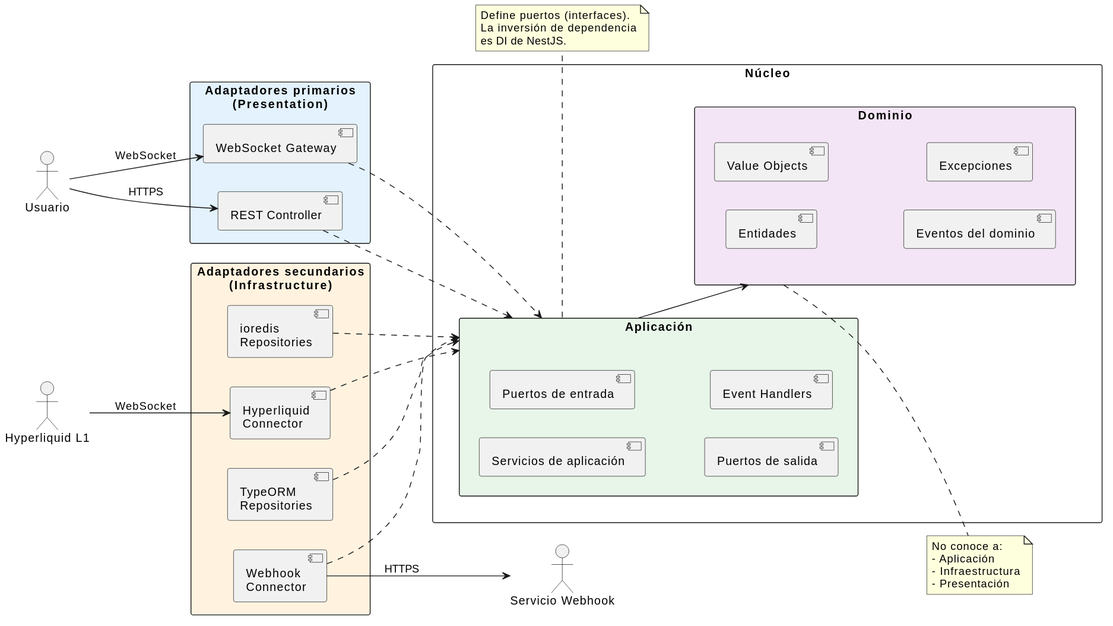
This is imagenes/capitulo3/diseno-capas.svg from nekiiiiis/tfg, a PlantUML export, as it was before one commit.
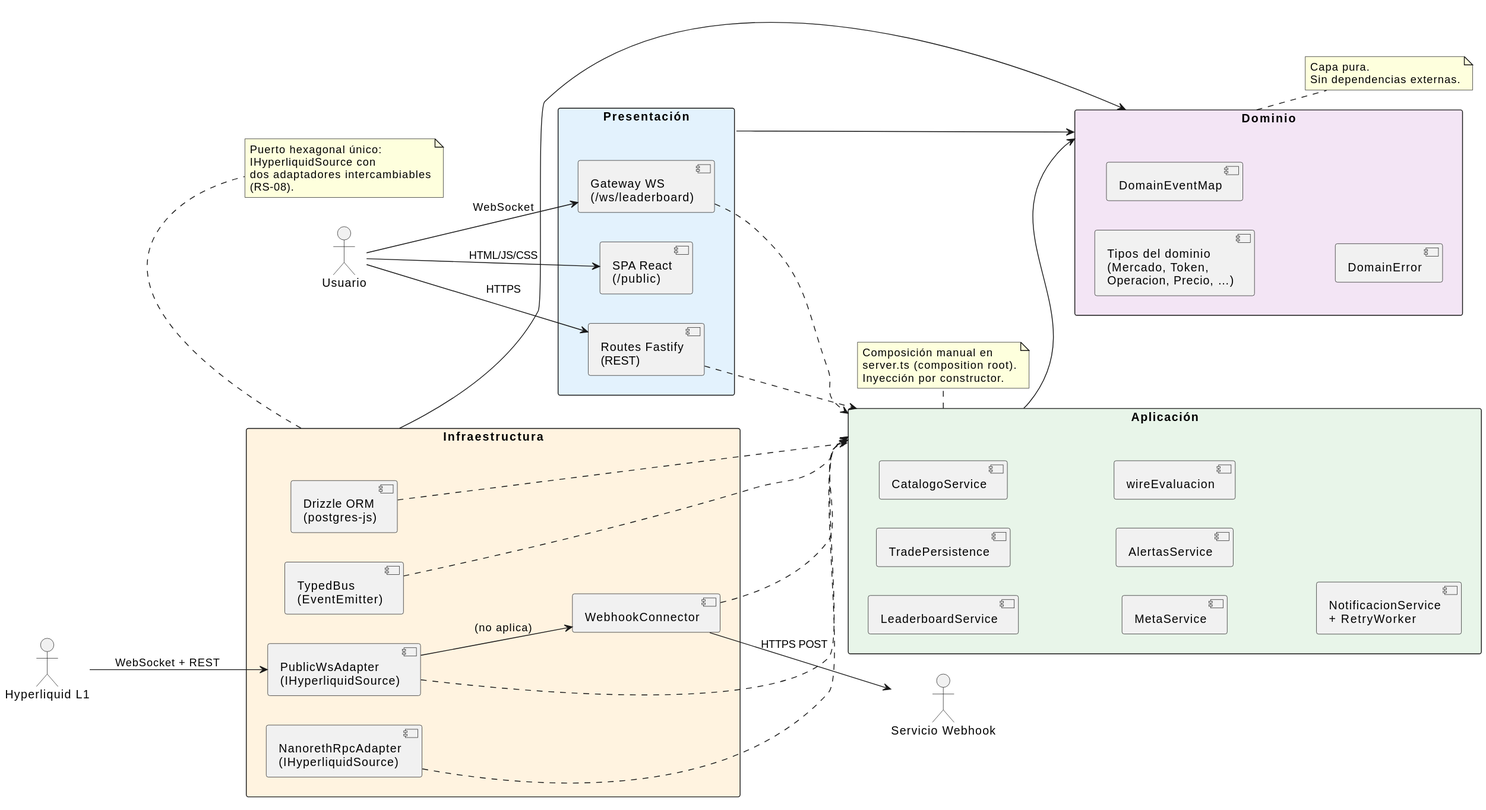
After the commit.

What changed in the source:
```diff
@@ -8,57 +8,70 @@
 actor "Hyperliquid L1" as HL
 actor "Servicio Webhook" as SW
 
-package "Adaptadores primarios\n(Presentation)" as PRES #E3F2FD {
-    [REST Controller] as REST
-    [WebSocket Gateway] as WS
+package "Presentación" as PRES #E3F2FD {
+    [Routes Fastify\n(REST)] as REST
+    [Gateway WS\n(/ws/leaderboard)] as WS
+    [SPA React\n(/public)] as SPA
 }
 
-package "Adaptadores secundarios\n(Infrastructure)" as INFRA #FFF3E0 {
-    [Hyperliquid\nConnector] as HLC
-    [Webhook\nConnector] as WHC
-    [TypeORM\nRepositories] as TORM
-    [ioredis\nRepositories] as IORED
+package "Infraestructura" as INFRA #FFF3E0 {
+    [PublicWsAdapter\n(IHyperliquidSource)] as HLC
+    [NanorethRpcAdapter\n(IHyperliquidSource)] as NRA
+    [WebhookConnector] as WHC
+    [Drizzle ORM\n(postgres-js)] as DRZ
+    [TypedBus\n(EventEmitter)] as BUS
 }
 
-package "Núcleo" as CORE {
-    package "Aplicación" as APP #E8F5E9 {
-        [Servicios de aplicación]
-        [Puertos de entrada]
-        [Puertos de salida]
-        [Event Handlers]
-    }
-    package "Dominio" as DOM #F3E5F5 {
-        [Entidades]
-        [Value Objects]
-        [Eventos del dominio]
-        [Excepciones]
-    }
+package "Aplicación" as APP #E8F5E9 {
+    [LeaderboardService] as LS
+    [TradePersistence] as TP
+    [CatalogoService] as CS
+    [MetaService] as MS
+    [AlertasService] as AS
+    [wireEvaluacion] as EV
+    [NotificacionService\n+ RetryWorker] as NS
 }
 
-U --> REST : HTTPS
-U --> WS  : WebSocket
-HL --> HLC : WebSocket
-WHC --> SW : HTTPS
+package "Dominio" as DOM #F3E5F5 {
+    [Tipos del dominio\n(Mercado, Token,\nOperacion, Precio, …)]
+    [DomainEventMap]
+    [DomainError]
+}
+
+U --> REST  : HTTPS
+U --> WS    : WebSocket
+U --> SPA   : HTML/JS/CSS
+HL --> HLC  : WebSocket + REST
+HLC --> WHC : (no aplica)
+WHC --> SW  : HTTPS POST
 
 REST ..> APP
-WS ..> APP
-HLC ..> APP
-WHC ..> APP
-TORM ..> APP
-IORED ..> APP
+WS   ..> APP
+HLC  ..> APP
+NRA  ..> APP
+WHC  ..> APP
+DRZ  ..> APP
+BUS  ..> APP
 
 APP --> DOM
+INFRA --> DOM
+PRES --> DOM
 
 note right of DOM
-  No conoce a:
-  - Aplicación
-  - Infraestructura
-  - Presentación
+  Capa pura.
+  Sin dependencias externas.
 end note
 
 note bottom of APP
-  Define puertos (interfaces).
-  La inversión de dependencia
-  es DI de NestJS.
+  Composición manual en
+  server.ts (composition root).
+  Inyección por constructor.
+end note
+
+note bottom of INFRA
+  Puerto hexagonal único:
+  IHyperliquidSource con
+  dos adaptadores intercambiables
+  (RS-08).
 end note
 @enduml
```
